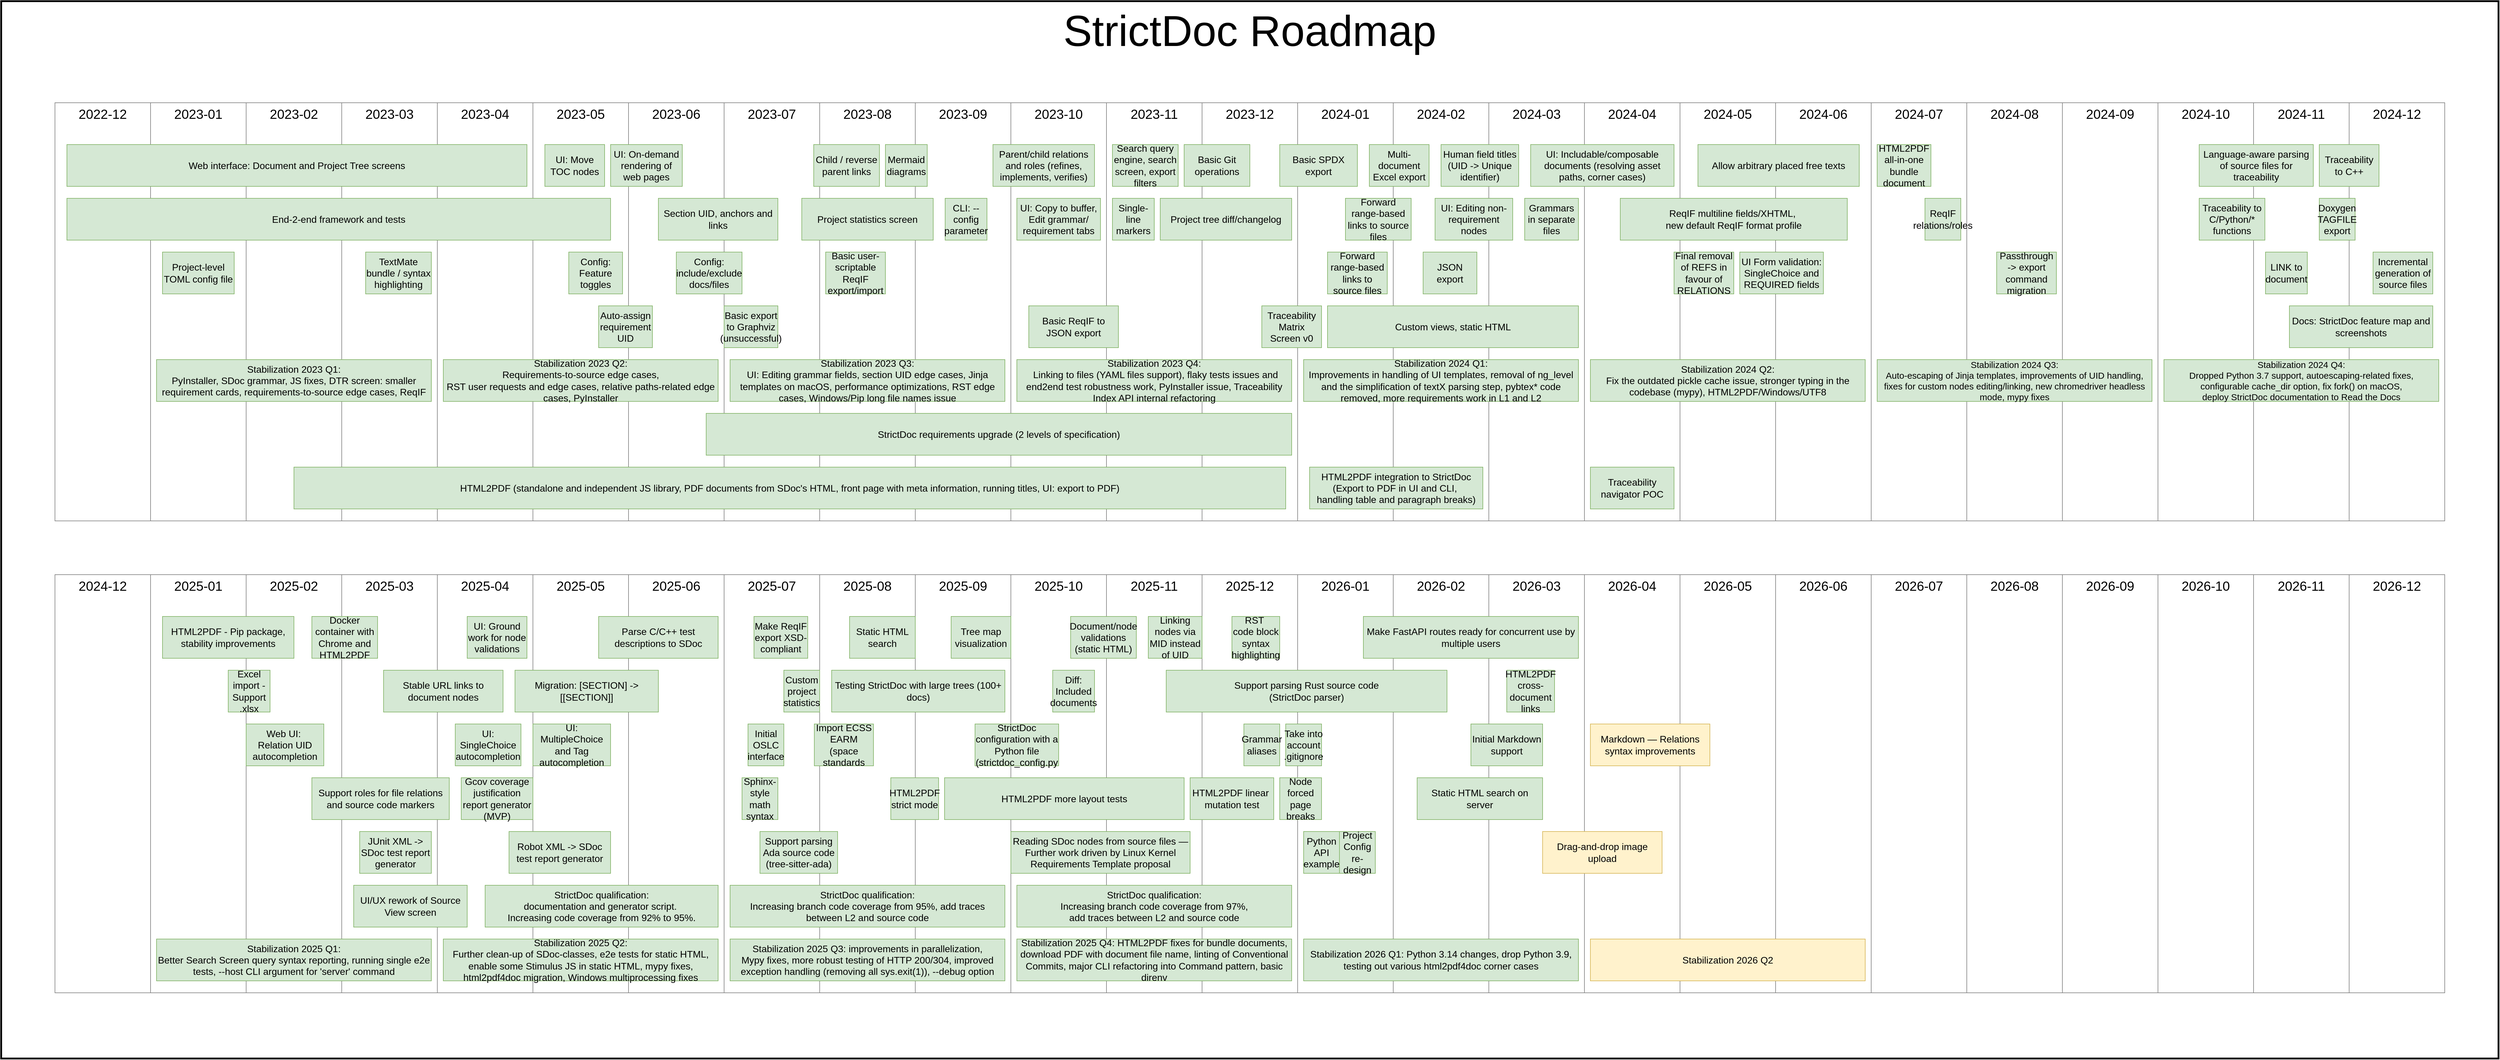
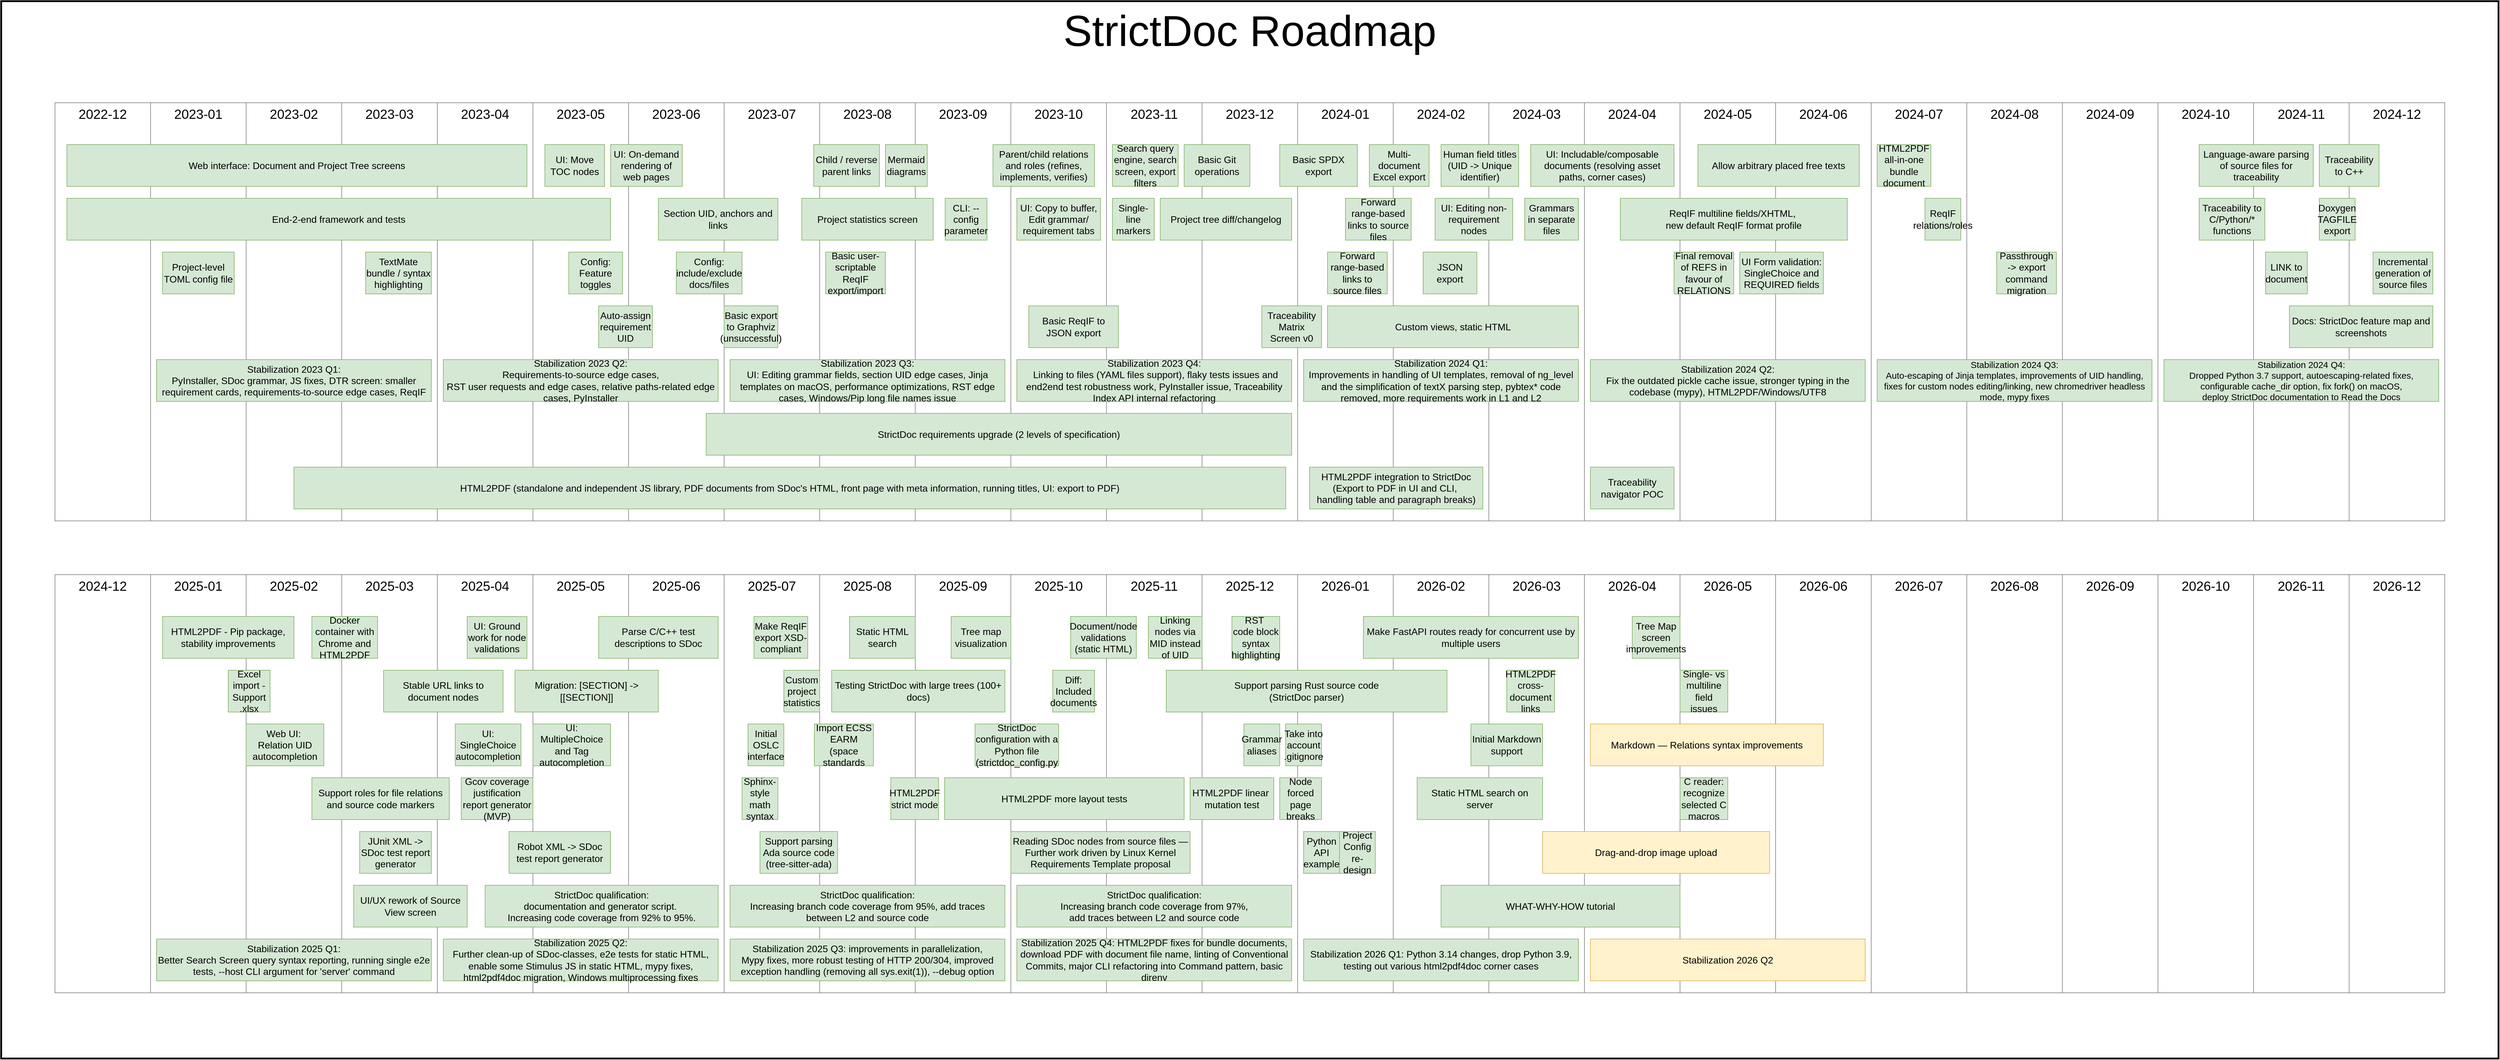
- <mxfile host="Electron" agent="Mozilla/5.0 (Macintosh; Intel Mac OS X 10_15_7) AppleWebKit/537.36 (KHTML, like Gecko) draw.io/28.1.2 Chrome/138.0.7204.243 Electron/37.4.0 Safari/537.36" version="28.1.2">
+ <mxfile host="Electron" agent="Mozilla/5.0 (X11; Linux x86_64) AppleWebKit/537.36 (KHTML, like Gecko) draw.io/28.2.5 Chrome/138.0.7204.251 Electron/37.6.1 Safari/537.36" version="28.2.5">
  <diagram name="Roadmap" id="QL4QDE5GQBR7DcBM7GMb">
-     <mxGraphModel dx="3125" dy="3879" grid="1" gridSize="10" guides="1" tooltips="1" connect="1" arrows="1" fold="1" page="1" pageScale="1" pageWidth="2339" pageHeight="3300" math="0" shadow="0">
+     <mxGraphModel dx="3939" dy="4292" grid="1" gridSize="10" guides="1" tooltips="1" connect="1" arrows="1" fold="1" page="1" pageScale="1" pageWidth="2339" pageHeight="3300" math="0" shadow="0">
      <root>
        <mxCell id="0" />
        <object label="Background" id="e4xbaoC47YMUbLc9hft--7">
          <mxCell style="" parent="0" />
        </object>
        <mxCell id="e4xbaoC47YMUbLc9hft--8" value="StrictDoc Roadmap" style="rounded=0;whiteSpace=wrap;html=1;verticalAlign=top;fontSize=72;strokeWidth=3;" parent="e4xbaoC47YMUbLc9hft--7" vertex="1">
          <mxGeometry x="-1450" y="-130" width="4180" height="1770" as="geometry" />
        </mxCell>
        <object label="Months" id="1">
          <mxCell style="locked=1;" parent="0" />
        </object>
        <mxCell id="5Hoejhb2v4ojji3GJ6aL-1" value="2023-09" style="rounded=0;whiteSpace=wrap;fontSize=22;verticalAlign=top;strokeColor=#808080;html=1;labelBorderColor=none;labelBackgroundColor=none;" parent="1" vertex="1">
          <mxGeometry x="80" y="40" width="160" height="700" as="geometry" />
        </mxCell>
        <mxCell id="5Hoejhb2v4ojji3GJ6aL-2" value="2023-10" style="rounded=0;whiteSpace=wrap;fontSize=22;verticalAlign=top;strokeColor=#808080;html=1;labelBorderColor=none;labelBackgroundColor=none;" parent="1" vertex="1">
          <mxGeometry x="240" y="40" width="160" height="700" as="geometry" />
        </mxCell>
        <mxCell id="5Hoejhb2v4ojji3GJ6aL-3" value="2023-11" style="rounded=0;whiteSpace=wrap;fontSize=22;verticalAlign=top;strokeColor=#808080;html=1;labelBorderColor=none;labelBackgroundColor=none;" parent="1" vertex="1">
          <mxGeometry x="400" y="40" width="160" height="700" as="geometry" />
        </mxCell>
        <mxCell id="5Hoejhb2v4ojji3GJ6aL-4" value="2023-12" style="rounded=0;whiteSpace=wrap;fontSize=22;verticalAlign=top;strokeColor=#808080;html=1;labelBorderColor=none;labelBackgroundColor=none;" parent="1" vertex="1">
          <mxGeometry x="560" y="40" width="160" height="700" as="geometry" />
        </mxCell>
        <mxCell id="5Hoejhb2v4ojji3GJ6aL-6" value="2023-08" style="rounded=0;whiteSpace=wrap;fontSize=22;verticalAlign=top;strokeColor=#808080;html=1;labelBorderColor=none;labelBackgroundColor=none;" parent="1" vertex="1">
          <mxGeometry x="-80" y="40" width="160" height="700" as="geometry" />
        </mxCell>
        <mxCell id="5Hoejhb2v4ojji3GJ6aL-7" value="2023-07" style="rounded=0;whiteSpace=wrap;fontSize=22;verticalAlign=top;strokeColor=#808080;html=1;labelBorderColor=none;labelBackgroundColor=none;" parent="1" vertex="1">
          <mxGeometry x="-240" y="40" width="160" height="700" as="geometry" />
        </mxCell>
        <mxCell id="5Hoejhb2v4ojji3GJ6aL-8" value="2023-06" style="rounded=0;whiteSpace=wrap;fontSize=22;verticalAlign=top;strokeColor=#808080;html=1;labelBorderColor=none;labelBackgroundColor=none;" parent="1" vertex="1">
          <mxGeometry x="-400" y="40" width="160" height="700" as="geometry" />
        </mxCell>
        <mxCell id="5Hoejhb2v4ojji3GJ6aL-9" value="2023-05" style="rounded=0;whiteSpace=wrap;fontSize=22;verticalAlign=top;strokeColor=#808080;html=1;labelBorderColor=none;labelBackgroundColor=none;" parent="1" vertex="1">
          <mxGeometry x="-560" y="40" width="160" height="700" as="geometry" />
        </mxCell>
        <mxCell id="5Hoejhb2v4ojji3GJ6aL-10" value="2023-04" style="rounded=0;whiteSpace=wrap;fontSize=22;verticalAlign=top;strokeColor=#808080;html=1;labelBorderColor=none;labelBackgroundColor=none;" parent="1" vertex="1">
          <mxGeometry x="-720" y="40" width="160" height="700" as="geometry" />
        </mxCell>
        <mxCell id="5Hoejhb2v4ojji3GJ6aL-11" value="2023-03" style="rounded=0;whiteSpace=wrap;fontSize=22;verticalAlign=top;strokeColor=#808080;html=1;labelBorderColor=none;labelBackgroundColor=none;" parent="1" vertex="1">
          <mxGeometry x="-880" y="40" width="160" height="700" as="geometry" />
        </mxCell>
        <mxCell id="5Hoejhb2v4ojji3GJ6aL-12" value="2023-02" style="rounded=0;whiteSpace=wrap;fontSize=22;verticalAlign=top;strokeColor=#808080;html=1;labelBorderColor=none;labelBackgroundColor=none;" parent="1" vertex="1">
          <mxGeometry x="-1040" y="40" width="160" height="700" as="geometry" />
        </mxCell>
        <mxCell id="5Hoejhb2v4ojji3GJ6aL-13" value="2023-01" style="rounded=0;whiteSpace=wrap;fontSize=22;verticalAlign=top;strokeColor=#808080;html=1;labelBorderColor=none;labelBackgroundColor=none;" parent="1" vertex="1">
          <mxGeometry x="-1200" y="40" width="160" height="700" as="geometry" />
        </mxCell>
        <mxCell id="5Hoejhb2v4ojji3GJ6aL-25" value="2024-01" style="rounded=0;whiteSpace=wrap;fontSize=22;verticalAlign=top;strokeColor=#808080;html=1;labelBorderColor=none;labelBackgroundColor=none;" parent="1" vertex="1">
          <mxGeometry x="720" y="40" width="160" height="700" as="geometry" />
        </mxCell>
        <mxCell id="5Hoejhb2v4ojji3GJ6aL-26" value="2024-02" style="rounded=0;whiteSpace=wrap;fontSize=22;verticalAlign=top;strokeColor=#808080;html=1;labelBorderColor=none;labelBackgroundColor=none;" parent="1" vertex="1">
          <mxGeometry x="880" y="40" width="160" height="700" as="geometry" />
        </mxCell>
        <mxCell id="5Hoejhb2v4ojji3GJ6aL-27" value="2024-03" style="rounded=0;whiteSpace=wrap;fontSize=22;verticalAlign=top;strokeColor=#808080;html=1;labelBorderColor=none;labelBackgroundColor=none;" parent="1" vertex="1">
          <mxGeometry x="1040" y="40" width="160" height="700" as="geometry" />
        </mxCell>
        <mxCell id="5Hoejhb2v4ojji3GJ6aL-30" value="2024-04" style="rounded=0;whiteSpace=wrap;fontSize=22;verticalAlign=top;strokeColor=#808080;html=1;labelBorderColor=none;labelBackgroundColor=none;" parent="1" vertex="1">
          <mxGeometry x="1200" y="40" width="160" height="700" as="geometry" />
        </mxCell>
        <mxCell id="5Hoejhb2v4ojji3GJ6aL-31" value="2024-05" style="rounded=0;whiteSpace=wrap;fontSize=22;verticalAlign=top;strokeColor=#808080;html=1;labelBorderColor=none;labelBackgroundColor=none;" parent="1" vertex="1">
          <mxGeometry x="1360" y="40" width="160" height="700" as="geometry" />
        </mxCell>
        <mxCell id="5Hoejhb2v4ojji3GJ6aL-32" value="2024-06" style="rounded=0;whiteSpace=wrap;fontSize=22;verticalAlign=top;strokeColor=#808080;html=1;labelBorderColor=none;labelBackgroundColor=none;" parent="1" vertex="1">
          <mxGeometry x="1520" y="40" width="160" height="700" as="geometry" />
        </mxCell>
        <mxCell id="5Hoejhb2v4ojji3GJ6aL-33" value="2024-07" style="rounded=0;whiteSpace=wrap;fontSize=22;verticalAlign=top;strokeColor=#808080;html=1;labelBorderColor=none;labelBackgroundColor=none;" parent="1" vertex="1">
          <mxGeometry x="1680" y="40" width="160" height="700" as="geometry" />
        </mxCell>
        <mxCell id="5Hoejhb2v4ojji3GJ6aL-34" value="2024-08" style="rounded=0;whiteSpace=wrap;fontSize=22;verticalAlign=top;strokeColor=#808080;html=1;labelBorderColor=none;labelBackgroundColor=none;" parent="1" vertex="1">
          <mxGeometry x="1840" y="40" width="160" height="700" as="geometry" />
        </mxCell>
        <mxCell id="5Hoejhb2v4ojji3GJ6aL-35" value="2024-09" style="rounded=0;whiteSpace=wrap;fontSize=22;verticalAlign=top;strokeColor=#808080;html=1;labelBorderColor=none;labelBackgroundColor=none;" parent="1" vertex="1">
          <mxGeometry x="2000" y="40" width="160" height="700" as="geometry" />
        </mxCell>
        <mxCell id="5Hoejhb2v4ojji3GJ6aL-36" value="2024-10" style="rounded=0;whiteSpace=wrap;fontSize=22;verticalAlign=top;strokeColor=#808080;html=1;labelBorderColor=none;labelBackgroundColor=none;" parent="1" vertex="1">
          <mxGeometry x="2160" y="40" width="160" height="700" as="geometry" />
        </mxCell>
        <mxCell id="5Hoejhb2v4ojji3GJ6aL-37" value="2024-11" style="rounded=0;whiteSpace=wrap;fontSize=22;verticalAlign=top;strokeColor=#808080;html=1;labelBorderColor=none;labelBackgroundColor=none;" parent="1" vertex="1">
          <mxGeometry x="2320" y="40" width="160" height="700" as="geometry" />
        </mxCell>
        <mxCell id="5Hoejhb2v4ojji3GJ6aL-38" value="2024-12" style="rounded=0;whiteSpace=wrap;fontSize=22;verticalAlign=top;strokeColor=#808080;html=1;labelBorderColor=none;labelBackgroundColor=none;" parent="1" vertex="1">
          <mxGeometry x="2480" y="40" width="160" height="700" as="geometry" />
        </mxCell>
        <mxCell id="5Hoejhb2v4ojji3GJ6aL-47" value="2022-12" style="rounded=0;whiteSpace=wrap;fontSize=22;verticalAlign=top;strokeColor=#808080;html=1;labelBorderColor=none;labelBackgroundColor=none;" parent="1" vertex="1">
          <mxGeometry x="-1360" y="40" width="160" height="700" as="geometry" />
        </mxCell>
        <mxCell id="vFR2ddkQemEW3wiGzv8y-28" value="2025-09" style="rounded=0;whiteSpace=wrap;fontSize=22;verticalAlign=top;strokeColor=#808080;html=1;labelBorderColor=none;labelBackgroundColor=none;" parent="1" vertex="1">
          <mxGeometry x="80" y="830" width="160" height="700" as="geometry" />
        </mxCell>
        <mxCell id="vFR2ddkQemEW3wiGzv8y-29" value="2025-10" style="rounded=0;whiteSpace=wrap;fontSize=22;verticalAlign=top;strokeColor=#808080;html=1;labelBorderColor=none;labelBackgroundColor=none;" parent="1" vertex="1">
          <mxGeometry x="240" y="830" width="160" height="700" as="geometry" />
        </mxCell>
        <mxCell id="vFR2ddkQemEW3wiGzv8y-30" value="2025-11" style="rounded=0;whiteSpace=wrap;fontSize=22;verticalAlign=top;strokeColor=#808080;html=1;labelBorderColor=none;labelBackgroundColor=none;" parent="1" vertex="1">
          <mxGeometry x="400" y="830" width="160" height="700" as="geometry" />
        </mxCell>
        <mxCell id="vFR2ddkQemEW3wiGzv8y-31" value="2025-12" style="rounded=0;whiteSpace=wrap;fontSize=22;verticalAlign=top;strokeColor=#808080;html=1;labelBorderColor=none;labelBackgroundColor=none;" parent="1" vertex="1">
          <mxGeometry x="560" y="830" width="160" height="700" as="geometry" />
        </mxCell>
        <mxCell id="vFR2ddkQemEW3wiGzv8y-32" value="2025-08" style="rounded=0;whiteSpace=wrap;fontSize=22;verticalAlign=top;strokeColor=#808080;html=1;labelBorderColor=none;labelBackgroundColor=none;" parent="1" vertex="1">
          <mxGeometry x="-80" y="830" width="160" height="700" as="geometry" />
        </mxCell>
        <mxCell id="vFR2ddkQemEW3wiGzv8y-33" value="2025-07" style="rounded=0;whiteSpace=wrap;fontSize=22;verticalAlign=top;strokeColor=#808080;html=1;labelBorderColor=none;labelBackgroundColor=none;" parent="1" vertex="1">
          <mxGeometry x="-240" y="830" width="160" height="700" as="geometry" />
        </mxCell>
        <mxCell id="vFR2ddkQemEW3wiGzv8y-34" value="2025-06" style="rounded=0;whiteSpace=wrap;fontSize=22;verticalAlign=top;strokeColor=#808080;html=1;labelBorderColor=none;labelBackgroundColor=none;" parent="1" vertex="1">
          <mxGeometry x="-400" y="830" width="160" height="700" as="geometry" />
        </mxCell>
        <mxCell id="vFR2ddkQemEW3wiGzv8y-35" value="2025-05" style="rounded=0;whiteSpace=wrap;fontSize=22;verticalAlign=top;strokeColor=#808080;html=1;labelBorderColor=none;labelBackgroundColor=none;" parent="1" vertex="1">
          <mxGeometry x="-560" y="830" width="160" height="700" as="geometry" />
        </mxCell>
        <mxCell id="vFR2ddkQemEW3wiGzv8y-36" value="2025-04" style="rounded=0;whiteSpace=wrap;fontSize=22;verticalAlign=top;strokeColor=#808080;html=1;labelBorderColor=none;labelBackgroundColor=none;" parent="1" vertex="1">
          <mxGeometry x="-720" y="830" width="160" height="700" as="geometry" />
        </mxCell>
        <mxCell id="vFR2ddkQemEW3wiGzv8y-37" value="2025-03" style="rounded=0;whiteSpace=wrap;fontSize=22;verticalAlign=top;strokeColor=#808080;html=1;labelBorderColor=none;labelBackgroundColor=none;" parent="1" vertex="1">
          <mxGeometry x="-880" y="830" width="160" height="700" as="geometry" />
        </mxCell>
        <mxCell id="vFR2ddkQemEW3wiGzv8y-38" value="2025-02" style="rounded=0;whiteSpace=wrap;fontSize=22;verticalAlign=top;strokeColor=#808080;html=1;labelBorderColor=none;labelBackgroundColor=none;" parent="1" vertex="1">
          <mxGeometry x="-1040" y="830" width="160" height="700" as="geometry" />
        </mxCell>
        <mxCell id="vFR2ddkQemEW3wiGzv8y-39" value="2025-01" style="rounded=0;whiteSpace=wrap;fontSize=22;verticalAlign=top;strokeColor=#808080;html=1;labelBorderColor=none;labelBackgroundColor=none;" parent="1" vertex="1">
          <mxGeometry x="-1200" y="830" width="160" height="700" as="geometry" />
        </mxCell>
        <mxCell id="vFR2ddkQemEW3wiGzv8y-40" value="2026-01" style="rounded=0;whiteSpace=wrap;fontSize=22;verticalAlign=top;strokeColor=#808080;html=1;labelBorderColor=none;labelBackgroundColor=none;" parent="1" vertex="1">
          <mxGeometry x="720" y="830" width="160" height="700" as="geometry" />
        </mxCell>
        <mxCell id="vFR2ddkQemEW3wiGzv8y-41" value="2026-02" style="rounded=0;whiteSpace=wrap;fontSize=22;verticalAlign=top;strokeColor=#808080;html=1;labelBorderColor=none;labelBackgroundColor=none;" parent="1" vertex="1">
          <mxGeometry x="880" y="830" width="160" height="700" as="geometry" />
        </mxCell>
        <mxCell id="vFR2ddkQemEW3wiGzv8y-42" value="2026-03" style="rounded=0;whiteSpace=wrap;fontSize=22;verticalAlign=top;strokeColor=#808080;html=1;labelBorderColor=none;labelBackgroundColor=none;" parent="1" vertex="1">
          <mxGeometry x="1040" y="830" width="160" height="700" as="geometry" />
        </mxCell>
        <mxCell id="vFR2ddkQemEW3wiGzv8y-43" value="2026-04" style="rounded=0;whiteSpace=wrap;fontSize=22;verticalAlign=top;strokeColor=#808080;html=1;labelBorderColor=none;labelBackgroundColor=none;" parent="1" vertex="1">
          <mxGeometry x="1200" y="830" width="160" height="700" as="geometry" />
        </mxCell>
        <mxCell id="vFR2ddkQemEW3wiGzv8y-44" value="2026-05" style="rounded=0;whiteSpace=wrap;fontSize=22;verticalAlign=top;strokeColor=#808080;html=1;labelBorderColor=none;labelBackgroundColor=none;" parent="1" vertex="1">
          <mxGeometry x="1360" y="830" width="160" height="700" as="geometry" />
        </mxCell>
        <mxCell id="vFR2ddkQemEW3wiGzv8y-45" value="2026-06" style="rounded=0;whiteSpace=wrap;fontSize=22;verticalAlign=top;strokeColor=#808080;html=1;labelBorderColor=none;labelBackgroundColor=none;" parent="1" vertex="1">
          <mxGeometry x="1520" y="830" width="160" height="700" as="geometry" />
        </mxCell>
        <mxCell id="vFR2ddkQemEW3wiGzv8y-46" value="2026-07" style="rounded=0;whiteSpace=wrap;fontSize=22;verticalAlign=top;strokeColor=#808080;html=1;labelBorderColor=none;labelBackgroundColor=none;" parent="1" vertex="1">
          <mxGeometry x="1680" y="830" width="160" height="700" as="geometry" />
        </mxCell>
        <mxCell id="vFR2ddkQemEW3wiGzv8y-47" value="2026-08" style="rounded=0;whiteSpace=wrap;fontSize=22;verticalAlign=top;strokeColor=#808080;html=1;labelBorderColor=none;labelBackgroundColor=none;" parent="1" vertex="1">
          <mxGeometry x="1840" y="830" width="160" height="700" as="geometry" />
        </mxCell>
        <mxCell id="vFR2ddkQemEW3wiGzv8y-48" value="2026-09" style="rounded=0;whiteSpace=wrap;fontSize=22;verticalAlign=top;strokeColor=#808080;html=1;labelBorderColor=none;labelBackgroundColor=none;" parent="1" vertex="1">
          <mxGeometry x="2000" y="830" width="160" height="700" as="geometry" />
        </mxCell>
        <mxCell id="vFR2ddkQemEW3wiGzv8y-49" value="2026-10" style="rounded=0;whiteSpace=wrap;fontSize=22;verticalAlign=top;strokeColor=#808080;html=1;labelBorderColor=none;labelBackgroundColor=none;" parent="1" vertex="1">
          <mxGeometry x="2160" y="830" width="160" height="700" as="geometry" />
        </mxCell>
        <mxCell id="vFR2ddkQemEW3wiGzv8y-50" value="2026-11" style="rounded=0;whiteSpace=wrap;fontSize=22;verticalAlign=top;strokeColor=#808080;html=1;labelBorderColor=none;labelBackgroundColor=none;" parent="1" vertex="1">
          <mxGeometry x="2320" y="830" width="160" height="700" as="geometry" />
        </mxCell>
        <mxCell id="vFR2ddkQemEW3wiGzv8y-51" value="2026-12" style="rounded=0;whiteSpace=wrap;fontSize=22;verticalAlign=top;strokeColor=#808080;html=1;labelBorderColor=none;labelBackgroundColor=none;" parent="1" vertex="1">
          <mxGeometry x="2480" y="830" width="160" height="700" as="geometry" />
        </mxCell>
        <mxCell id="vFR2ddkQemEW3wiGzv8y-52" value="2024-12" style="rounded=0;whiteSpace=wrap;fontSize=22;verticalAlign=top;strokeColor=#808080;html=1;labelBorderColor=none;labelBackgroundColor=none;" parent="1" vertex="1">
          <mxGeometry x="-1360" y="830" width="160" height="700" as="geometry" />
        </mxCell>
        <object label="Clusters" id="5Hoejhb2v4ojji3GJ6aL-50">
          <mxCell style="locked=1;" parent="0" />
        </object>
        <object label="Figures" id="5Hoejhb2v4ojji3GJ6aL-5">
          <mxCell style="" parent="0" />
        </object>
        <mxCell id="5Hoejhb2v4ojji3GJ6aL-21" value="Child / reverse parent links" style="text;html=1;strokeColor=#82b366;fillColor=#d5e8d4;align=center;verticalAlign=middle;whiteSpace=wrap;rounded=0;fontStyle=0;fontSize=16;" parent="5Hoejhb2v4ojji3GJ6aL-5" vertex="1">
          <mxGeometry x="-90" y="110" width="110" height="70" as="geometry" />
        </mxCell>
        <mxCell id="5Hoejhb2v4ojji3GJ6aL-39" value="Section UID, anchors and links" style="text;html=1;strokeColor=#82b366;fillColor=#d5e8d4;align=center;verticalAlign=middle;whiteSpace=wrap;rounded=0;fontStyle=0;fontSize=16;" parent="5Hoejhb2v4ojji3GJ6aL-5" vertex="1">
          <mxGeometry x="-350" y="200" width="200" height="70" as="geometry" />
        </mxCell>
        <mxCell id="5Hoejhb2v4ojji3GJ6aL-40" value="Auto-assign requirement UID" style="text;html=1;strokeColor=#82b366;fillColor=#d5e8d4;align=center;verticalAlign=middle;whiteSpace=wrap;rounded=0;fontStyle=0;fontSize=16;" parent="5Hoejhb2v4ojji3GJ6aL-5" vertex="1">
          <mxGeometry x="-450" y="380" width="90" height="70" as="geometry" />
        </mxCell>
        <mxCell id="5Hoejhb2v4ojji3GJ6aL-42" value="TextMate bundle / syntax highlighting" style="text;html=1;strokeColor=#82b366;fillColor=#d5e8d4;align=center;verticalAlign=middle;whiteSpace=wrap;rounded=0;fontStyle=0;fontSize=16;" parent="5Hoejhb2v4ojji3GJ6aL-5" vertex="1">
          <mxGeometry x="-840" y="290" width="110" height="70" as="geometry" />
        </mxCell>
        <mxCell id="5Hoejhb2v4ojji3GJ6aL-14" value="Project statistics screen" style="text;html=1;strokeColor=#82b366;fillColor=#d5e8d4;align=center;verticalAlign=middle;whiteSpace=wrap;rounded=0;fontStyle=0;fontSize=16;" parent="5Hoejhb2v4ojji3GJ6aL-5" vertex="1">
          <mxGeometry x="-110" y="200" width="220" height="70" as="geometry" />
        </mxCell>
        <mxCell id="5Hoejhb2v4ojji3GJ6aL-15" value="HTML2PDF (standalone and independent JS library, PDF documents from SDoc&#39;s HTML, front page with meta information, running titles, UI: export to PDF)" style="text;html=1;strokeColor=#82b366;fillColor=#d5e8d4;align=center;verticalAlign=middle;whiteSpace=wrap;rounded=0;fontStyle=0;fontSize=16;" parent="5Hoejhb2v4ojji3GJ6aL-5" vertex="1">
          <mxGeometry x="-960" y="650" width="1660" height="70" as="geometry" />
        </mxCell>
        <mxCell id="5Hoejhb2v4ojji3GJ6aL-17" value="&lt;font color=&quot;#000000&quot;&gt;Traceability&lt;/font&gt;&lt;font color=&quot;#000000&quot;&gt; Matrix Screen v0&lt;br&gt;&lt;/font&gt;" style="text;html=1;strokeColor=#82b366;fillColor=#d5e8d4;align=center;verticalAlign=middle;whiteSpace=wrap;rounded=0;fontStyle=0;fontSize=16;" parent="5Hoejhb2v4ojji3GJ6aL-5" vertex="1">
          <mxGeometry x="660" y="380" width="100" height="70" as="geometry" />
        </mxCell>
        <mxCell id="5Hoejhb2v4ojji3GJ6aL-19" value="Basic user-scriptable ReqIF export/import" style="text;html=1;strokeColor=#82b366;fillColor=#d5e8d4;align=center;verticalAlign=middle;whiteSpace=wrap;rounded=0;fontStyle=0;fontSize=16;" parent="5Hoejhb2v4ojji3GJ6aL-5" vertex="1">
          <mxGeometry x="-70" y="290" width="100" height="70" as="geometry" />
        </mxCell>
        <mxCell id="5Hoejhb2v4ojji3GJ6aL-23" value="CLI: --config parameter" style="text;html=1;strokeColor=#82b366;fillColor=#d5e8d4;align=center;verticalAlign=middle;whiteSpace=wrap;rounded=0;fontStyle=0;fontSize=16;" parent="5Hoejhb2v4ojji3GJ6aL-5" vertex="1">
          <mxGeometry x="130" y="200" width="70" height="70" as="geometry" />
        </mxCell>
        <mxCell id="5Hoejhb2v4ojji3GJ6aL-43" value="StrictDoc requirements upgrade (2 levels of specification)" style="text;html=1;strokeColor=#82b366;fillColor=#d5e8d4;align=center;verticalAlign=middle;whiteSpace=wrap;rounded=0;fontStyle=0;fontSize=16;" parent="5Hoejhb2v4ojji3GJ6aL-5" vertex="1">
          <mxGeometry x="-270" y="560" width="980" height="70" as="geometry" />
        </mxCell>
        <mxCell id="5Hoejhb2v4ojji3GJ6aL-45" value="&lt;font color=&quot;#000000&quot;&gt;Basic SPDX export&lt;br&gt;&lt;/font&gt;" style="text;html=1;strokeColor=#82b366;fillColor=#d5e8d4;align=center;verticalAlign=middle;whiteSpace=wrap;rounded=0;fontStyle=0;fontSize=16;" parent="5Hoejhb2v4ojji3GJ6aL-5" vertex="1">
          <mxGeometry x="690" y="110" width="130" height="70" as="geometry" />
        </mxCell>
        <mxCell id="5Hoejhb2v4ojji3GJ6aL-48" value="Web interface: Document and Project Tree screens" style="text;html=1;strokeColor=#82b366;fillColor=#d5e8d4;align=center;verticalAlign=middle;whiteSpace=wrap;rounded=0;fontStyle=0;fontSize=16;" parent="5Hoejhb2v4ojji3GJ6aL-5" vertex="1">
          <mxGeometry x="-1340" y="110" width="770" height="70" as="geometry" />
        </mxCell>
        <mxCell id="5Hoejhb2v4ojji3GJ6aL-51" value="End-2-end framework and tests" style="text;html=1;strokeColor=#82b366;fillColor=#d5e8d4;align=center;verticalAlign=middle;whiteSpace=wrap;rounded=0;fontStyle=0;fontSize=16;" parent="5Hoejhb2v4ojji3GJ6aL-5" vertex="1">
          <mxGeometry x="-1340" y="200" width="910" height="70" as="geometry" />
        </mxCell>
        <mxCell id="5Hoejhb2v4ojji3GJ6aL-52" value="&lt;div&gt;UI: On-demand rendering of web pages&lt;/div&gt;" style="text;html=1;strokeColor=#82b366;fillColor=#d5e8d4;align=center;verticalAlign=middle;whiteSpace=wrap;rounded=0;fontStyle=0;fontSize=16;" parent="5Hoejhb2v4ojji3GJ6aL-5" vertex="1">
          <mxGeometry x="-430" y="110" width="120" height="70" as="geometry" />
        </mxCell>
        <mxCell id="5Hoejhb2v4ojji3GJ6aL-53" value="UI: Move TOC nodes" style="text;html=1;strokeColor=#82b366;fillColor=#d5e8d4;align=center;verticalAlign=middle;whiteSpace=wrap;rounded=0;fontStyle=0;fontSize=16;" parent="5Hoejhb2v4ojji3GJ6aL-5" vertex="1">
          <mxGeometry x="-540" y="110" width="100" height="70" as="geometry" />
        </mxCell>
        <mxCell id="5Hoejhb2v4ojji3GJ6aL-54" value="Project-level TOML config file" style="text;html=1;strokeColor=#82b366;fillColor=#d5e8d4;align=center;verticalAlign=middle;whiteSpace=wrap;rounded=0;fontStyle=0;fontSize=16;" parent="5Hoejhb2v4ojji3GJ6aL-5" vertex="1">
          <mxGeometry x="-1180" y="290" width="120" height="70" as="geometry" />
        </mxCell>
        <mxCell id="e4xbaoC47YMUbLc9hft--1" value="Config: Feature toggles" style="text;html=1;strokeColor=#82b366;fillColor=#d5e8d4;align=center;verticalAlign=middle;whiteSpace=wrap;rounded=0;fontStyle=0;fontSize=16;" parent="5Hoejhb2v4ojji3GJ6aL-5" vertex="1">
          <mxGeometry x="-500" y="290" width="90" height="70" as="geometry" />
        </mxCell>
        <mxCell id="e4xbaoC47YMUbLc9hft--2" value="&lt;div&gt;Stabilization 2023 Q1:&lt;br&gt;&lt;/div&gt;&lt;div&gt;PyInstaller, SDoc grammar, JS fixes, DTR screen: smaller requirement cards, requirements-to-source edge cases, ReqIF&lt;/div&gt;" style="text;html=1;strokeColor=#82b366;fillColor=#d5e8d4;align=center;verticalAlign=middle;whiteSpace=wrap;rounded=0;fontStyle=0;fontSize=16;" parent="5Hoejhb2v4ojji3GJ6aL-5" vertex="1">
          <mxGeometry x="-1190" y="470" width="460" height="70" as="geometry" />
        </mxCell>
        <mxCell id="e4xbaoC47YMUbLc9hft--3" value="&lt;div&gt;Stabilization 2023 Q2:&lt;br&gt;&lt;/div&gt;&lt;div&gt;Requirements-to-source edge cases, &lt;br&gt;&lt;/div&gt;RST user requests and edge cases, relative paths-related edge cases, PyInstaller" style="text;html=1;strokeColor=#82b366;fillColor=#d5e8d4;align=center;verticalAlign=middle;whiteSpace=wrap;rounded=0;fontStyle=0;fontSize=16;" parent="5Hoejhb2v4ojji3GJ6aL-5" vertex="1">
          <mxGeometry x="-710" y="470" width="460" height="70" as="geometry" />
        </mxCell>
        <mxCell id="e4xbaoC47YMUbLc9hft--4" value="Config: include/exclude docs/files" style="text;html=1;strokeColor=#82b366;fillColor=#d5e8d4;align=center;verticalAlign=middle;whiteSpace=wrap;rounded=0;fontStyle=0;fontSize=16;" parent="5Hoejhb2v4ojji3GJ6aL-5" vertex="1">
          <mxGeometry x="-320" y="290" width="110" height="70" as="geometry" />
        </mxCell>
        <mxCell id="e4xbaoC47YMUbLc9hft--5" value="&lt;div&gt;Stabilization 2023 Q3:&lt;br&gt;&lt;/div&gt;UI: Editing grammar fields, section UID edge cases, Jinja templates on macOS, performance optimizations, RST edge cases, Windows/Pip long file names issue" style="text;html=1;strokeColor=#82b366;fillColor=#d5e8d4;align=center;verticalAlign=middle;whiteSpace=wrap;rounded=0;fontStyle=0;fontSize=16;" parent="5Hoejhb2v4ojji3GJ6aL-5" vertex="1">
          <mxGeometry x="-230" y="470" width="460" height="70" as="geometry" />
        </mxCell>
        <mxCell id="e4xbaoC47YMUbLc9hft--9" value="&lt;div&gt;Mermaid&lt;/div&gt;&lt;div&gt;diagrams&lt;/div&gt;" style="text;html=1;strokeColor=#82b366;fillColor=#d5e8d4;align=center;verticalAlign=middle;whiteSpace=wrap;rounded=0;fontStyle=0;fontSize=16;" parent="5Hoejhb2v4ojji3GJ6aL-5" vertex="1">
          <mxGeometry x="30" y="110" width="70" height="70" as="geometry" />
        </mxCell>
        <mxCell id="e4xbaoC47YMUbLc9hft--18" value="&lt;div&gt;Stabilization 2023 Q4:&lt;/div&gt;&lt;div&gt;&amp;nbsp;Linking to files (YAML files support), flaky tests issues and end2end test robustness work, PyInstaller issue, Traceability Index API internal refactoring&lt;br&gt;&lt;/div&gt;" style="text;html=1;strokeColor=#82b366;fillColor=#d5e8d4;align=center;verticalAlign=middle;whiteSpace=wrap;rounded=0;fontStyle=0;fontSize=16;" parent="5Hoejhb2v4ojji3GJ6aL-5" vertex="1">
          <mxGeometry x="250" y="470" width="460" height="70" as="geometry" />
        </mxCell>
        <mxCell id="ZHUxJVqyrOpv6eid2pWU-1" value="Parent/child relations and roles (refines, implements, verifies)" style="text;html=1;strokeColor=#82b366;fillColor=#d5e8d4;align=center;verticalAlign=middle;whiteSpace=wrap;rounded=0;fontStyle=0;fontSize=16;" parent="5Hoejhb2v4ojji3GJ6aL-5" vertex="1">
          <mxGeometry x="210" y="110" width="170" height="70" as="geometry" />
        </mxCell>
        <mxCell id="ZHUxJVqyrOpv6eid2pWU-2" value="Basic ReqIF to JSON export" style="text;html=1;strokeColor=#82b366;fillColor=#d5e8d4;align=center;verticalAlign=middle;whiteSpace=wrap;rounded=0;fontStyle=0;fontSize=16;" parent="5Hoejhb2v4ojji3GJ6aL-5" vertex="1">
          <mxGeometry x="270" y="380" width="150" height="70" as="geometry" />
        </mxCell>
        <mxCell id="k8s1h_Z_zSzXEBWhGtG7-1" value="&lt;div&gt;UI: Copy to buffer, Edit grammar/&lt;/div&gt;&lt;div&gt;requirement tabs&lt;br&gt;&lt;/div&gt;" style="text;html=1;strokeColor=#82b366;fillColor=#d5e8d4;align=center;verticalAlign=middle;whiteSpace=wrap;rounded=0;fontStyle=0;fontSize=16;" parent="5Hoejhb2v4ojji3GJ6aL-5" vertex="1">
          <mxGeometry x="250" y="200" width="140" height="70" as="geometry" />
        </mxCell>
        <mxCell id="5td-1cRUoRHkrHs212uj-1" value="Search query engine, search screen, export filters" style="text;html=1;strokeColor=#82b366;fillColor=#d5e8d4;align=center;verticalAlign=middle;whiteSpace=wrap;rounded=0;fontStyle=0;fontSize=16;" parent="5Hoejhb2v4ojji3GJ6aL-5" vertex="1">
          <mxGeometry x="410" y="110" width="110" height="70" as="geometry" />
        </mxCell>
        <mxCell id="5td-1cRUoRHkrHs212uj-2" value="Single-line markers" style="text;html=1;strokeColor=#82b366;fillColor=#d5e8d4;align=center;verticalAlign=middle;whiteSpace=wrap;rounded=0;fontStyle=0;fontSize=16;" parent="5Hoejhb2v4ojji3GJ6aL-5" vertex="1">
          <mxGeometry x="410" y="200" width="70" height="70" as="geometry" />
        </mxCell>
        <mxCell id="bzxhuAx1fFq9lgteCzhm-1" value="&lt;font color=&quot;#000000&quot;&gt;Project tree diff/changelog&lt;/font&gt;" style="text;html=1;strokeColor=#82b366;fillColor=#d5e8d4;align=center;verticalAlign=middle;whiteSpace=wrap;rounded=0;fontStyle=0;fontSize=16;" parent="5Hoejhb2v4ojji3GJ6aL-5" vertex="1">
          <mxGeometry x="490" y="200" width="220" height="70" as="geometry" />
        </mxCell>
        <mxCell id="xoYxP1hTg36p0s3yFHkj-1" value="Docs: StrictDoc feature map and screenshots" style="text;html=1;strokeColor=#82b366;fillColor=#d5e8d4;align=center;verticalAlign=middle;whiteSpace=wrap;rounded=0;fontStyle=0;fontSize=16;" parent="5Hoejhb2v4ojji3GJ6aL-5" vertex="1">
          <mxGeometry x="2380" y="380" width="240" height="70" as="geometry" />
        </mxCell>
        <mxCell id="xoYxP1hTg36p0s3yFHkj-2" value="&lt;font color=&quot;#000000&quot;&gt;Traceability navigator POC&lt;br&gt;&lt;/font&gt;" style="text;html=1;align=center;verticalAlign=middle;whiteSpace=wrap;rounded=0;fontStyle=0;fontSize=16;fillColor=#d5e8d4;strokeColor=#82b366;" parent="5Hoejhb2v4ojji3GJ6aL-5" vertex="1">
          <mxGeometry x="1210" y="650" width="140" height="70" as="geometry" />
        </mxCell>
        <mxCell id="xoYxP1hTg36p0s3yFHkj-6" value="&lt;font color=&quot;#000000&quot;&gt;UI: Editing non-requirement nodes&lt;/font&gt;" style="text;html=1;strokeColor=#82b366;fillColor=#d5e8d4;align=center;verticalAlign=middle;whiteSpace=wrap;rounded=0;fontStyle=0;fontSize=16;" parent="5Hoejhb2v4ojji3GJ6aL-5" vertex="1">
          <mxGeometry x="950" y="200" width="130" height="70" as="geometry" />
        </mxCell>
        <mxCell id="xoYxP1hTg36p0s3yFHkj-7" value="Basic Git operations" style="text;html=1;strokeColor=#82b366;fillColor=#d5e8d4;align=center;verticalAlign=middle;whiteSpace=wrap;rounded=0;fontStyle=0;fontSize=16;" parent="5Hoejhb2v4ojji3GJ6aL-5" vertex="1">
          <mxGeometry x="530" y="110" width="110" height="70" as="geometry" />
        </mxCell>
        <mxCell id="fWdrbh18M2HJ4tMojr6s-1" value="&lt;font color=&quot;#000000&quot;&gt;Allow arbitrary placed free texts&lt;/font&gt;" style="text;html=1;strokeColor=#82b366;fillColor=#d5e8d4;align=center;verticalAlign=middle;whiteSpace=wrap;rounded=0;fontStyle=0;fontSize=16;" parent="5Hoejhb2v4ojji3GJ6aL-5" vertex="1">
          <mxGeometry x="1390" y="110" width="270" height="70" as="geometry" />
        </mxCell>
        <mxCell id="fWdrbh18M2HJ4tMojr6s-2" value="Basic export to Graphviz (unsuccessful)" style="text;html=1;strokeColor=#82b366;fillColor=#d5e8d4;align=center;verticalAlign=middle;whiteSpace=wrap;rounded=0;fontStyle=0;fontSize=16;" parent="5Hoejhb2v4ojji3GJ6aL-5" vertex="1">
          <mxGeometry x="-240" y="380" width="90" height="70" as="geometry" />
        </mxCell>
        <mxCell id="YCubefTHywfSa6VliQcR-1" value="Forward range-based links to source files" style="text;html=1;strokeColor=#82b366;fillColor=#d5e8d4;align=center;verticalAlign=middle;whiteSpace=wrap;rounded=0;fontStyle=0;fontSize=16;" parent="5Hoejhb2v4ojji3GJ6aL-5" vertex="1">
          <mxGeometry x="770" y="290" width="100" height="70" as="geometry" />
        </mxCell>
        <mxCell id="YCubefTHywfSa6VliQcR-2" value="&lt;font color=&quot;#000000&quot;&gt;Custom views&lt;/font&gt;, static HTML" style="text;html=1;strokeColor=#82b366;fillColor=#d5e8d4;align=center;verticalAlign=middle;whiteSpace=wrap;rounded=0;fontStyle=0;fontSize=16;" parent="5Hoejhb2v4ojji3GJ6aL-5" vertex="1">
          <mxGeometry x="770" y="380" width="420" height="70" as="geometry" />
        </mxCell>
        <mxCell id="YCubefTHywfSa6VliQcR-3" value="&lt;div&gt;HTML2PDF integration to StrictDoc (Export to PDF in UI and CLI,&amp;nbsp;&lt;/div&gt;&lt;div&gt;handling table and paragraph breaks)&lt;/div&gt;" style="text;html=1;strokeColor=#82b366;fillColor=#d5e8d4;align=center;verticalAlign=middle;whiteSpace=wrap;rounded=0;fontStyle=0;fontSize=16;" parent="5Hoejhb2v4ojji3GJ6aL-5" vertex="1">
          <mxGeometry x="740" y="650" width="290" height="70" as="geometry" />
        </mxCell>
        <mxCell id="q5IPKXtHMBc3mqMKsgA0-1" value="&lt;font color=&quot;#000000&quot;&gt;Grammars in separate files&lt;br&gt;&lt;/font&gt;" style="text;html=1;strokeColor=#82b366;fillColor=#d5e8d4;align=center;verticalAlign=middle;whiteSpace=wrap;rounded=0;fontStyle=0;fontSize=16;" parent="5Hoejhb2v4ojji3GJ6aL-5" vertex="1">
          <mxGeometry x="1100" y="200" width="90" height="70" as="geometry" />
        </mxCell>
        <mxCell id="q5IPKXtHMBc3mqMKsgA0-2" value="&lt;div&gt;Human field titles&lt;/div&gt;&lt;div&gt;(UID -&amp;gt; Unique identifier)&lt;br&gt;&lt;/div&gt;" style="text;html=1;strokeColor=#82b366;fillColor=#d5e8d4;align=center;verticalAlign=middle;whiteSpace=wrap;rounded=0;fontStyle=0;fontSize=16;" parent="5Hoejhb2v4ojji3GJ6aL-5" vertex="1">
          <mxGeometry x="960" y="110" width="130" height="70" as="geometry" />
        </mxCell>
        <mxCell id="q5IPKXtHMBc3mqMKsgA0-3" value="JSON export" style="text;html=1;strokeColor=#82b366;fillColor=#d5e8d4;align=center;verticalAlign=middle;whiteSpace=wrap;rounded=0;fontStyle=0;fontSize=16;" parent="5Hoejhb2v4ojji3GJ6aL-5" vertex="1">
          <mxGeometry x="930" y="290" width="90" height="70" as="geometry" />
        </mxCell>
        <mxCell id="q5IPKXtHMBc3mqMKsgA0-4" value="Forward range-based links to source files" style="text;html=1;strokeColor=#82b366;fillColor=#d5e8d4;align=center;verticalAlign=middle;whiteSpace=wrap;rounded=0;fontStyle=0;fontSize=16;" parent="5Hoejhb2v4ojji3GJ6aL-5" vertex="1">
          <mxGeometry x="800" y="200" width="110" height="70" as="geometry" />
        </mxCell>
        <mxCell id="q5IPKXtHMBc3mqMKsgA0-5" value="&lt;div&gt;Stabilization 2024 Q1:&lt;/div&gt;&lt;div&gt;Improvements in handling of UI templates, removal of ng_level and the simplification of textX parsing step, pybtex* code removed, more requirements work in L1 and L2 &lt;/div&gt;" style="text;html=1;strokeColor=#82b366;fillColor=#d5e8d4;align=center;verticalAlign=middle;whiteSpace=wrap;rounded=0;fontStyle=0;fontSize=16;" parent="5Hoejhb2v4ojji3GJ6aL-5" vertex="1">
          <mxGeometry x="730" y="470" width="460" height="70" as="geometry" />
        </mxCell>
        <mxCell id="q5IPKXtHMBc3mqMKsgA0-6" value="Multi-document Excel export" style="text;html=1;strokeColor=#82b366;fillColor=#d5e8d4;align=center;verticalAlign=middle;whiteSpace=wrap;rounded=0;fontStyle=0;fontSize=16;" parent="5Hoejhb2v4ojji3GJ6aL-5" vertex="1">
          <mxGeometry x="840" y="110" width="100" height="70" as="geometry" />
        </mxCell>
        <mxCell id="q5IPKXtHMBc3mqMKsgA0-7" value="&lt;font color=&quot;#000000&quot;&gt;UI: Includable/composable documents&lt;/font&gt;&lt;font color=&quot;#000000&quot;&gt; (resolving asset paths, corner cases)&lt;br&gt;&lt;/font&gt;" style="text;html=1;strokeColor=#82b366;fillColor=#d5e8d4;align=center;verticalAlign=middle;whiteSpace=wrap;rounded=0;fontStyle=0;fontSize=16;" parent="5Hoejhb2v4ojji3GJ6aL-5" vertex="1">
          <mxGeometry x="1110" y="110" width="240" height="70" as="geometry" />
        </mxCell>
        <mxCell id="9dWRTfwKY_ZTF-qxbLCA-1" value="&lt;div&gt;Stabilization 2024 Q2:&lt;/div&gt;&lt;div&gt;Fix the outdated pickle cache issue, stronger typing in the codebase (mypy), HTML2PDF/Windows/UTF8&lt;/div&gt;" style="text;html=1;strokeColor=#82b366;fillColor=#d5e8d4;align=center;verticalAlign=middle;whiteSpace=wrap;rounded=0;fontStyle=0;fontSize=16;" parent="5Hoejhb2v4ojji3GJ6aL-5" vertex="1">
          <mxGeometry x="1210" y="470" width="460" height="70" as="geometry" />
        </mxCell>
        <mxCell id="5oKDhfBHpDyuIblvIitN-1" value="&lt;div&gt;ReqIF multiline fields/XHTML,&amp;nbsp;&lt;/div&gt;&lt;div&gt;new default ReqIF format profile&lt;br&gt;&lt;/div&gt;" style="text;html=1;strokeColor=#82b366;fillColor=#d5e8d4;align=center;verticalAlign=middle;whiteSpace=wrap;rounded=0;fontStyle=0;fontSize=16;" parent="5Hoejhb2v4ojji3GJ6aL-5" vertex="1">
          <mxGeometry x="1260" y="200" width="380" height="70" as="geometry" />
        </mxCell>
        <mxCell id="BHpWnK0uKLfCvxolmVS--2" value="Final removal of REFS in favour of RELATIONS" style="text;html=1;strokeColor=#82b366;fillColor=#d5e8d4;align=center;verticalAlign=middle;whiteSpace=wrap;rounded=0;fontStyle=0;fontSize=16;" parent="5Hoejhb2v4ojji3GJ6aL-5" vertex="1">
          <mxGeometry x="1350" y="290" width="100" height="70" as="geometry" />
        </mxCell>
        <mxCell id="BHpWnK0uKLfCvxolmVS--3" value="UI Form validation: SingleChoice and REQUIRED fields" style="text;html=1;strokeColor=#82b366;fillColor=#d5e8d4;align=center;verticalAlign=middle;whiteSpace=wrap;rounded=0;fontStyle=0;fontSize=16;" parent="5Hoejhb2v4ojji3GJ6aL-5" vertex="1">
          <mxGeometry x="1460" y="290" width="140" height="70" as="geometry" />
        </mxCell>
        <mxCell id="M5iQXvj3tZWS6f2_-kH6-1" value="&lt;font color=&quot;#000000&quot;&gt;HTML2PDF &lt;br&gt;all-in-one bundle &lt;br&gt;document&lt;/font&gt;&lt;br&gt;" style="text;html=1;strokeColor=#82b366;fillColor=#d5e8d4;align=center;verticalAlign=middle;whiteSpace=wrap;rounded=0;fontStyle=0;fontSize=16;" parent="5Hoejhb2v4ojji3GJ6aL-5" vertex="1">
          <mxGeometry x="1690" y="110" width="90" height="70" as="geometry" />
        </mxCell>
        <mxCell id="M5iQXvj3tZWS6f2_-kH6-2" value="&lt;div style=&quot;font-size: 15px;&quot;&gt;Stabilization 2024 Q3:&lt;/div&gt;&lt;div style=&quot;font-size: 15px;&quot;&gt;Auto-escaping of Jinja templates, improvements of UID handling, fixes for custom nodes editing/linking, new chromedriver headless mode, mypy fixes&lt;/div&gt;" style="text;html=1;strokeColor=#82b366;fillColor=#d5e8d4;align=center;verticalAlign=middle;whiteSpace=wrap;rounded=0;fontStyle=0;fontSize=15;" parent="5Hoejhb2v4ojji3GJ6aL-5" vertex="1">
          <mxGeometry x="1690" y="470" width="460" height="70" as="geometry" />
        </mxCell>
        <mxCell id="M5iQXvj3tZWS6f2_-kH6-5" value="&lt;div&gt;&lt;font color=&quot;#000000&quot;&gt;ReqIF&lt;/font&gt;&lt;/div&gt;&lt;div&gt;&lt;font color=&quot;#000000&quot;&gt;relations/roles&lt;/font&gt;&lt;br&gt;&lt;/div&gt;" style="text;html=1;strokeColor=#82b366;fillColor=#d5e8d4;align=center;verticalAlign=middle;whiteSpace=wrap;rounded=0;fontStyle=0;fontSize=16;" parent="5Hoejhb2v4ojji3GJ6aL-5" vertex="1">
          <mxGeometry x="1770" y="200" width="60" height="70" as="geometry" />
        </mxCell>
        <mxCell id="M5iQXvj3tZWS6f2_-kH6-6" value="&lt;font color=&quot;#000000&quot;&gt;Passthrough -&amp;gt; export command migration&lt;/font&gt;" style="text;html=1;strokeColor=#82b366;fillColor=#d5e8d4;align=center;verticalAlign=middle;whiteSpace=wrap;rounded=0;fontStyle=0;fontSize=16;" parent="5Hoejhb2v4ojji3GJ6aL-5" vertex="1">
          <mxGeometry x="1890" y="290" width="100" height="70" as="geometry" />
        </mxCell>
        <mxCell id="DVGK4SHqakHRgEz5WcLX-1" value="&lt;div style=&quot;font-size: 15px;&quot;&gt;Stabilization 2024 Q4:&lt;/div&gt;&lt;div style=&quot;font-size: 15px;&quot;&gt;Dropped Python 3.7 support, autoescaping-related fixes, configurable cache_dir option, fix fork() on macOS,&lt;br&gt;&lt;/div&gt;&lt;div style=&quot;font-size: 15px;&quot;&gt;deploy StrictDoc documentation to Read the Docs&lt;br&gt;&lt;/div&gt;" style="text;html=1;strokeColor=#82b366;fillColor=#d5e8d4;align=center;verticalAlign=middle;whiteSpace=wrap;rounded=0;fontStyle=0;fontSize=15;" parent="5Hoejhb2v4ojji3GJ6aL-5" vertex="1">
          <mxGeometry x="2170" y="470" width="460" height="70" as="geometry" />
        </mxCell>
        <mxCell id="DVGK4SHqakHRgEz5WcLX-2" value="Traceability to C/Python/* functions" style="text;html=1;align=center;verticalAlign=middle;whiteSpace=wrap;rounded=0;fontStyle=0;fontSize=16;fillColor=#d5e8d4;strokeColor=#82b366;" parent="5Hoejhb2v4ojji3GJ6aL-5" vertex="1">
          <mxGeometry x="2229" y="200" width="110" height="70" as="geometry" />
        </mxCell>
        <mxCell id="Q921SkYYr6UFh-46NOXI-1" value="Language-aware parsing of source files for traceability" style="text;html=1;align=center;verticalAlign=middle;whiteSpace=wrap;rounded=0;fontStyle=0;fontSize=16;fillColor=#d5e8d4;strokeColor=#82b366;" parent="5Hoejhb2v4ojji3GJ6aL-5" vertex="1">
          <mxGeometry x="2229" y="110" width="191" height="70" as="geometry" />
        </mxCell>
        <mxCell id="eXEqTkGTZLtlY54Fnls3-1" value="LINK to document" style="text;html=1;align=center;verticalAlign=middle;whiteSpace=wrap;rounded=0;fontStyle=0;fontSize=16;fillColor=#d5e8d4;strokeColor=#82b366;" parent="5Hoejhb2v4ojji3GJ6aL-5" vertex="1">
          <mxGeometry x="2340" y="290" width="70" height="70" as="geometry" />
        </mxCell>
        <mxCell id="eXEqTkGTZLtlY54Fnls3-2" value="Traceability to C++" style="text;html=1;align=center;verticalAlign=middle;whiteSpace=wrap;rounded=0;fontStyle=0;fontSize=16;fillColor=#d5e8d4;strokeColor=#82b366;" parent="5Hoejhb2v4ojji3GJ6aL-5" vertex="1">
          <mxGeometry x="2430" y="110" width="100" height="70" as="geometry" />
        </mxCell>
        <mxCell id="8H-WTupFZFOCgWsWCiur-1" value="&lt;div&gt;Doxygen TAGFILE&lt;/div&gt;&lt;div&gt;export&lt;br&gt;&lt;/div&gt;" style="text;html=1;align=center;verticalAlign=middle;whiteSpace=wrap;rounded=0;fontStyle=0;fontSize=16;fillColor=#d5e8d4;strokeColor=#82b366;" parent="5Hoejhb2v4ojji3GJ6aL-5" vertex="1">
          <mxGeometry x="2430" y="200" width="60" height="70" as="geometry" />
        </mxCell>
        <mxCell id="NXW3nEukRnEIemB_1rk6-1" value="Incremental generation of source files" style="text;html=1;align=center;verticalAlign=middle;whiteSpace=wrap;rounded=0;fontStyle=0;fontSize=16;fillColor=#d5e8d4;strokeColor=#82b366;" parent="5Hoejhb2v4ojji3GJ6aL-5" vertex="1">
          <mxGeometry x="2520" y="290" width="100" height="70" as="geometry" />
        </mxCell>
        <mxCell id="vFR2ddkQemEW3wiGzv8y-53" value="HTML2PDF - Pip package, stability improvements" style="text;html=1;strokeColor=#82b366;fillColor=#d5e8d4;align=center;verticalAlign=middle;whiteSpace=wrap;rounded=0;fontStyle=0;fontSize=16;" parent="5Hoejhb2v4ojji3GJ6aL-5" vertex="1">
          <mxGeometry x="-1180" y="900" width="220" height="70" as="geometry" />
        </mxCell>
        <mxCell id="vFR2ddkQemEW3wiGzv8y-54" value="Excel import - Support .xlsx" style="text;html=1;strokeColor=#82b366;fillColor=#d5e8d4;align=center;verticalAlign=middle;whiteSpace=wrap;rounded=0;fontStyle=0;fontSize=16;" parent="5Hoejhb2v4ojji3GJ6aL-5" vertex="1">
          <mxGeometry x="-1070" y="990" width="70" height="70" as="geometry" />
        </mxCell>
        <mxCell id="2FAFVsbkAT3x3odHAFQI-1" value="&lt;div&gt;Web UI:&amp;nbsp;&lt;/div&gt;&lt;div&gt;Relation UID autocompletion&lt;/div&gt;" style="text;html=1;strokeColor=#82b366;fillColor=#d5e8d4;align=center;verticalAlign=middle;whiteSpace=wrap;rounded=0;fontStyle=0;fontSize=16;" parent="5Hoejhb2v4ojji3GJ6aL-5" vertex="1">
          <mxGeometry x="-1040" y="1080" width="130" height="70" as="geometry" />
        </mxCell>
        <mxCell id="2FAFVsbkAT3x3odHAFQI-2" value="&lt;div&gt;Stabilization 2025 Q1:&lt;br&gt;&lt;/div&gt;&lt;div&gt;Better Search Screen query syntax reporting, running single e2e tests, --host CLI argument for &#39;server&#39; command&lt;/div&gt;" style="text;html=1;strokeColor=#82b366;fillColor=#d5e8d4;align=center;verticalAlign=middle;whiteSpace=wrap;rounded=0;fontStyle=0;fontSize=16;" parent="5Hoejhb2v4ojji3GJ6aL-5" vertex="1">
          <mxGeometry x="-1190" y="1440" width="460" height="70" as="geometry" />
        </mxCell>
        <mxCell id="jwnssjy23zgWTyzq0ZdY-1" value="Support roles for file relations and source code markers" style="text;html=1;strokeColor=#82b366;fillColor=#d5e8d4;align=center;verticalAlign=middle;whiteSpace=wrap;rounded=0;fontStyle=0;fontSize=16;" parent="5Hoejhb2v4ojji3GJ6aL-5" vertex="1">
          <mxGeometry x="-930" y="1170" width="230" height="70" as="geometry" />
        </mxCell>
        <mxCell id="jwnssjy23zgWTyzq0ZdY-2" value="Docker container with Chrome and HTML2PDF" style="text;html=1;strokeColor=#82b366;fillColor=#d5e8d4;align=center;verticalAlign=middle;whiteSpace=wrap;rounded=0;fontStyle=0;fontSize=16;" parent="5Hoejhb2v4ojji3GJ6aL-5" vertex="1">
          <mxGeometry x="-930" y="900" width="110" height="70" as="geometry" />
        </mxCell>
        <mxCell id="jwnssjy23zgWTyzq0ZdY-3" value="UI/UX rework of Source View screen" style="text;html=1;strokeColor=#82b366;fillColor=#d5e8d4;align=center;verticalAlign=middle;whiteSpace=wrap;rounded=0;fontStyle=0;fontSize=16;" parent="5Hoejhb2v4ojji3GJ6aL-5" vertex="1">
          <mxGeometry x="-860" y="1350" width="190" height="70" as="geometry" />
        </mxCell>
        <mxCell id="jwnssjy23zgWTyzq0ZdY-4" value="Document/node&lt;div&gt;validations&lt;div&gt;(static HTML)&lt;/div&gt;&lt;/div&gt;" style="text;html=1;align=center;verticalAlign=middle;whiteSpace=wrap;rounded=0;fontStyle=0;fontSize=16;fillColor=#d5e8d4;strokeColor=#82b366;" parent="5Hoejhb2v4ojji3GJ6aL-5" vertex="1">
          <mxGeometry x="340" y="900" width="110" height="70" as="geometry" />
        </mxCell>
        <mxCell id="jwnssjy23zgWTyzq0ZdY-6" value="JUnit XML -&amp;gt; SDoc test report generator" style="text;html=1;strokeColor=#82b366;fillColor=#d5e8d4;align=center;verticalAlign=middle;whiteSpace=wrap;rounded=0;fontStyle=0;fontSize=16;" parent="5Hoejhb2v4ojji3GJ6aL-5" vertex="1">
          <mxGeometry x="-850" y="1260" width="120" height="70" as="geometry" />
        </mxCell>
        <mxCell id="5O99w3PwopgMqQQ5KaQY-1" value="&lt;div&gt;Stabilization 2025 Q2:&lt;br&gt;&lt;/div&gt;&lt;div&gt;Further clean-up of SDoc-classes, e2e tests for static HTML, enable some Stimulus JS in static HTML, mypy fixes, html2pdf4doc migration, Windows multiprocessing fixes&lt;/div&gt;" style="text;html=1;strokeColor=#82b366;fillColor=#d5e8d4;align=center;verticalAlign=middle;whiteSpace=wrap;rounded=0;fontStyle=0;fontSize=16;" parent="5Hoejhb2v4ojji3GJ6aL-5" vertex="1">
          <mxGeometry x="-710" y="1440" width="460" height="70" as="geometry" />
        </mxCell>
        <mxCell id="5O99w3PwopgMqQQ5KaQY-2" value="Gcov coverage justification report generator (MVP)" style="text;html=1;strokeColor=#82b366;fillColor=#d5e8d4;align=center;verticalAlign=middle;whiteSpace=wrap;rounded=0;fontStyle=0;fontSize=16;" parent="5Hoejhb2v4ojji3GJ6aL-5" vertex="1">
          <mxGeometry x="-680" y="1170" width="120" height="70" as="geometry" />
        </mxCell>
        <mxCell id="mmp19IjbKsf9JtkNIgzo-1" value="UI: Ground work for node validations" style="text;html=1;strokeColor=#82b366;fillColor=#d5e8d4;align=center;verticalAlign=middle;whiteSpace=wrap;rounded=0;fontStyle=0;fontSize=16;" parent="5Hoejhb2v4ojji3GJ6aL-5" vertex="1">
          <mxGeometry x="-670" y="900" width="100" height="70" as="geometry" />
        </mxCell>
        <mxCell id="mmp19IjbKsf9JtkNIgzo-2" value="Stable URL links to document nodes" style="text;html=1;strokeColor=#82b366;fillColor=#d5e8d4;align=center;verticalAlign=middle;whiteSpace=wrap;rounded=0;fontStyle=0;fontSize=16;" parent="5Hoejhb2v4ojji3GJ6aL-5" vertex="1">
          <mxGeometry x="-810" y="990" width="200" height="70" as="geometry" />
        </mxCell>
        <mxCell id="mmp19IjbKsf9JtkNIgzo-4" value="&lt;div&gt;StrictDoc qualification:&lt;/div&gt;&lt;div&gt;documentation and generator script.&amp;nbsp;&lt;/div&gt;&lt;div&gt;Increasing code coverage from 92% to 95%.&lt;/div&gt;" style="text;html=1;strokeColor=#82b366;fillColor=#d5e8d4;align=center;verticalAlign=middle;whiteSpace=wrap;rounded=0;fontStyle=0;fontSize=16;" parent="5Hoejhb2v4ojji3GJ6aL-5" vertex="1">
          <mxGeometry x="-640" y="1350" width="390" height="70" as="geometry" />
        </mxCell>
        <mxCell id="9eajPwNtl0Yfan4dj0gk-2" value="&lt;div&gt;Parse C/C++ test descriptions to SDoc&lt;/div&gt;" style="text;html=1;align=center;verticalAlign=middle;whiteSpace=wrap;rounded=0;fontStyle=0;fontSize=16;fillColor=#d5e8d4;strokeColor=#82b366;" parent="5Hoejhb2v4ojji3GJ6aL-5" vertex="1">
          <mxGeometry x="-450" y="900" width="200" height="70" as="geometry" />
        </mxCell>
        <mxCell id="9eajPwNtl0Yfan4dj0gk-3" value="Migration: [SECTION] -&amp;gt; [[SECTION]]" style="text;html=1;align=center;verticalAlign=middle;whiteSpace=wrap;rounded=0;fontStyle=0;fontSize=16;fillColor=#d5e8d4;strokeColor=#82b366;" parent="5Hoejhb2v4ojji3GJ6aL-5" vertex="1">
          <mxGeometry x="-590" y="990" width="240" height="70" as="geometry" />
        </mxCell>
        <mxCell id="9eajPwNtl0Yfan4dj0gk-4" value="Robot XML -&amp;gt; SDoc test report generator" style="text;html=1;align=center;verticalAlign=middle;whiteSpace=wrap;rounded=0;fontStyle=0;fontSize=16;fillColor=#d5e8d4;strokeColor=#82b366;" parent="5Hoejhb2v4ojji3GJ6aL-5" vertex="1">
          <mxGeometry x="-600" y="1260" width="170" height="70" as="geometry" />
        </mxCell>
        <mxCell id="9eajPwNtl0Yfan4dj0gk-6" value="UI: SingleChoice autocompletion" style="text;html=1;align=center;verticalAlign=middle;whiteSpace=wrap;rounded=0;fontStyle=0;fontSize=16;fillColor=#d5e8d4;strokeColor=#82b366;" parent="5Hoejhb2v4ojji3GJ6aL-5" vertex="1">
          <mxGeometry x="-690" y="1080" width="110" height="70" as="geometry" />
        </mxCell>
        <mxCell id="9eajPwNtl0Yfan4dj0gk-7" value="UI: MultipleChoice and Tag autocompletion" style="text;html=1;align=center;verticalAlign=middle;whiteSpace=wrap;rounded=0;fontStyle=0;fontSize=16;fillColor=#d5e8d4;strokeColor=#82b366;" parent="5Hoejhb2v4ojji3GJ6aL-5" vertex="1">
          <mxGeometry x="-560" y="1080" width="130" height="70" as="geometry" />
        </mxCell>
        <mxCell id="XZVLoPHtazhiIntYqJm0-1" value="&lt;div&gt;StrictDoc qualification:&lt;/div&gt;&lt;div&gt;Increasing branch code coverage from 95%, add traces between L2 and source code&lt;/div&gt;" style="text;html=1;strokeColor=#82b366;fillColor=#d5e8d4;align=center;verticalAlign=middle;whiteSpace=wrap;rounded=0;fontStyle=0;fontSize=16;" parent="5Hoejhb2v4ojji3GJ6aL-5" vertex="1">
          <mxGeometry x="-230" y="1350" width="460" height="70" as="geometry" />
        </mxCell>
        <mxCell id="XZVLoPHtazhiIntYqJm0-2" value="&lt;div&gt;Stabilization 2025 Q3: improvements in parallelization,&lt;/div&gt;&lt;div&gt;Mypy fixes, more robust testing of HTTP 200/304, improved exception handling (removing all sys.exit(1)), --debug option&lt;/div&gt;" style="text;html=1;strokeColor=#82b366;fillColor=#d5e8d4;align=center;verticalAlign=middle;whiteSpace=wrap;rounded=0;fontStyle=0;fontSize=16;" parent="5Hoejhb2v4ojji3GJ6aL-5" vertex="1">
          <mxGeometry x="-230" y="1440" width="460" height="70" as="geometry" />
        </mxCell>
        <mxCell id="DQXxV1SDU7K0vNSEASJG-1" value="Make ReqIF export XSD-compliant" style="text;html=1;align=center;verticalAlign=middle;whiteSpace=wrap;rounded=0;fontStyle=0;fontSize=16;fillColor=#d5e8d4;strokeColor=#82b366;" parent="5Hoejhb2v4ojji3GJ6aL-5" vertex="1">
          <mxGeometry x="-190" y="900" width="90" height="70" as="geometry" />
        </mxCell>
        <mxCell id="DQXxV1SDU7K0vNSEASJG-2" value="Initial OSLC interface" style="text;html=1;align=center;verticalAlign=middle;whiteSpace=wrap;rounded=0;fontStyle=0;fontSize=16;fillColor=#d5e8d4;strokeColor=#82b366;" parent="5Hoejhb2v4ojji3GJ6aL-5" vertex="1">
          <mxGeometry x="-200" y="1080" width="60" height="70" as="geometry" />
        </mxCell>
        <mxCell id="DQXxV1SDU7K0vNSEASJG-3" value="Sphinx-style math syntax" style="text;html=1;align=center;verticalAlign=middle;whiteSpace=wrap;rounded=0;fontStyle=0;fontSize=16;fillColor=#d5e8d4;strokeColor=#82b366;" parent="5Hoejhb2v4ojji3GJ6aL-5" vertex="1">
          <mxGeometry x="-210" y="1170" width="60" height="70" as="geometry" />
        </mxCell>
        <mxCell id="wGlYDuHkOPJJRXAxA-xv-1" value="Custom project statistics" style="text;html=1;align=center;verticalAlign=middle;whiteSpace=wrap;rounded=0;fontStyle=0;fontSize=16;fillColor=#d5e8d4;strokeColor=#82b366;" parent="5Hoejhb2v4ojji3GJ6aL-5" vertex="1">
          <mxGeometry x="-140" y="990" width="60" height="70" as="geometry" />
        </mxCell>
        <mxCell id="bVY8XDDc22kfF-ngX7oV-1" value="Static HTML search" style="text;html=1;align=center;verticalAlign=middle;whiteSpace=wrap;rounded=0;fontStyle=0;fontSize=16;fillColor=#d5e8d4;strokeColor=#82b366;" parent="5Hoejhb2v4ojji3GJ6aL-5" vertex="1">
          <mxGeometry x="-30" y="900" width="110" height="70" as="geometry" />
        </mxCell>
        <mxCell id="bVY8XDDc22kfF-ngX7oV-2" value="Testing StrictDoc with large trees (100+ docs)" style="text;html=1;align=center;verticalAlign=middle;whiteSpace=wrap;rounded=0;fontStyle=0;fontSize=16;fillColor=#d5e8d4;strokeColor=#82b366;" parent="5Hoejhb2v4ojji3GJ6aL-5" vertex="1">
          <mxGeometry x="-60" y="990" width="290" height="70" as="geometry" />
        </mxCell>
        <mxCell id="bVY8XDDc22kfF-ngX7oV-3" value="&lt;div&gt;Import ECSS EARM&lt;/div&gt;&lt;div&gt;(space standards&lt;/div&gt;" style="text;html=1;align=center;verticalAlign=middle;whiteSpace=wrap;rounded=0;fontStyle=0;fontSize=16;fillColor=#d5e8d4;strokeColor=#82b366;" parent="5Hoejhb2v4ojji3GJ6aL-5" vertex="1">
          <mxGeometry x="-89" y="1080" width="99" height="70" as="geometry" />
        </mxCell>
        <mxCell id="qf8SZqOVw3G4KriSUUQf-1" value="HTML2PDF strict mode" style="text;html=1;align=center;verticalAlign=middle;whiteSpace=wrap;rounded=0;fontStyle=0;fontSize=16;fillColor=#d5e8d4;strokeColor=#82b366;" parent="5Hoejhb2v4ojji3GJ6aL-5" vertex="1">
          <mxGeometry x="39" y="1170" width="80" height="70" as="geometry" />
        </mxCell>
        <mxCell id="hAngQm-B19KVU63WBlpS-1" value="Tree map visualization" style="text;html=1;align=center;verticalAlign=middle;whiteSpace=wrap;rounded=0;fontStyle=0;fontSize=16;fillColor=#d5e8d4;strokeColor=#82b366;" parent="5Hoejhb2v4ojji3GJ6aL-5" vertex="1">
          <mxGeometry x="140" y="900" width="100" height="70" as="geometry" />
        </mxCell>
        <mxCell id="hAngQm-B19KVU63WBlpS-2" value="&lt;div&gt;Support parsing Ada source code&lt;/div&gt;(tree-sitter-ada)" style="text;html=1;align=center;verticalAlign=middle;whiteSpace=wrap;rounded=0;fontStyle=0;fontSize=16;fillColor=#d5e8d4;strokeColor=#82b366;" parent="5Hoejhb2v4ojji3GJ6aL-5" vertex="1">
          <mxGeometry x="-180" y="1260" width="130" height="70" as="geometry" />
        </mxCell>
        <mxCell id="CJRkyjP5KVGCwtUBZvE2-1" value="HTML2PDF more layout tests" style="text;html=1;align=center;verticalAlign=middle;whiteSpace=wrap;rounded=0;fontStyle=0;fontSize=16;fillColor=#d5e8d4;strokeColor=#82b366;" parent="5Hoejhb2v4ojji3GJ6aL-5" vertex="1">
          <mxGeometry x="129" y="1170" width="401" height="70" as="geometry" />
        </mxCell>
        <mxCell id="CJRkyjP5KVGCwtUBZvE2-2" value="&lt;div&gt;StrictDoc qualification:&lt;/div&gt;&lt;div&gt;Increasing branch code coverage from 97%,&lt;/div&gt;&lt;div&gt;add traces between L2 and source code&lt;/div&gt;" style="text;html=1;strokeColor=#82b366;fillColor=#d5e8d4;align=center;verticalAlign=middle;whiteSpace=wrap;rounded=0;fontStyle=0;fontSize=16;" parent="5Hoejhb2v4ojji3GJ6aL-5" vertex="1">
          <mxGeometry x="250" y="1350" width="460" height="70" as="geometry" />
        </mxCell>
        <mxCell id="CJRkyjP5KVGCwtUBZvE2-3" value="&lt;div&gt;Stabilization 2025 Q4: HTML2PDF fixes for bundle documents, download PDF with document file name, linting of Conventional Commits, major CLI refactoring into Command pattern, basic direnv&lt;/div&gt;" style="text;html=1;strokeColor=#82b366;fillColor=#d5e8d4;align=center;verticalAlign=middle;whiteSpace=wrap;rounded=0;fontStyle=0;fontSize=16;" parent="5Hoejhb2v4ojji3GJ6aL-5" vertex="1">
          <mxGeometry x="250" y="1440" width="460" height="70" as="geometry" />
        </mxCell>
        <mxCell id="eRPcp-Zo6v9222eVP6_e-1" value="&lt;div&gt;StrictDoc configuration with a Python file (strictdoc_config.py&lt;/div&gt;" style="text;html=1;align=center;verticalAlign=middle;whiteSpace=wrap;rounded=0;fontStyle=0;fontSize=16;fillColor=#d5e8d4;strokeColor=#82b366;" parent="5Hoejhb2v4ojji3GJ6aL-5" vertex="1">
          <mxGeometry x="180" y="1080" width="140" height="70" as="geometry" />
        </mxCell>
        <mxCell id="eRPcp-Zo6v9222eVP6_e-2" value="&lt;div&gt;Reading SDoc nodes from source files — Further work driven by Linux Kernel Requirements Template proposal&lt;/div&gt;" style="text;html=1;align=center;verticalAlign=middle;whiteSpace=wrap;rounded=0;fontStyle=0;fontSize=16;fillColor=#d5e8d4;strokeColor=#82b366;" parent="5Hoejhb2v4ojji3GJ6aL-5" vertex="1">
          <mxGeometry x="240" y="1260" width="300" height="70" as="geometry" />
        </mxCell>
        <mxCell id="2Au77a0Va1j8vjX5-GUo-1" value="Diff: Included documents" style="text;html=1;align=center;verticalAlign=middle;whiteSpace=wrap;rounded=0;fontStyle=0;fontSize=16;fillColor=#d5e8d4;strokeColor=#82b366;" parent="5Hoejhb2v4ojji3GJ6aL-5" vertex="1">
          <mxGeometry x="310" y="990" width="70" height="70" as="geometry" />
        </mxCell>
        <mxCell id="OCJ0sT8p7vvNHOtbERSk-1" value="Linking nodes via MID instead of UID" style="text;html=1;align=center;verticalAlign=middle;whiteSpace=wrap;rounded=0;fontStyle=0;fontSize=16;fillColor=#d5e8d4;strokeColor=#82b366;" parent="5Hoejhb2v4ojji3GJ6aL-5" vertex="1">
          <mxGeometry x="470" y="900" width="90" height="70" as="geometry" />
        </mxCell>
        <mxCell id="N9cUJzr8JpDOqpJWMLWi-1" value="&lt;div&gt;&lt;font style=&quot;color: rgb(0, 0, 0);&quot;&gt;Support parsing Rust source code&lt;/font&gt;&lt;/div&gt;&lt;font style=&quot;color: rgb(0, 0, 0);&quot;&gt;(StrictDoc parser)&lt;/font&gt;" style="text;html=1;align=center;verticalAlign=middle;whiteSpace=wrap;rounded=0;fontStyle=0;fontSize=16;fillColor=#d5e8d4;strokeColor=#82b366;" parent="5Hoejhb2v4ojji3GJ6aL-5" vertex="1">
          <mxGeometry x="500" y="990" width="470" height="70" as="geometry" />
        </mxCell>
        <mxCell id="N9cUJzr8JpDOqpJWMLWi-2" value="&lt;div&gt;HTML2PDF linear&amp;nbsp;&lt;/div&gt;&lt;div&gt;mutation test&lt;/div&gt;" style="text;html=1;align=center;verticalAlign=middle;whiteSpace=wrap;rounded=0;fontStyle=0;fontSize=16;fillColor=#d5e8d4;strokeColor=#82b366;" parent="5Hoejhb2v4ojji3GJ6aL-5" vertex="1">
          <mxGeometry x="540" y="1170" width="140" height="70" as="geometry" />
        </mxCell>
        <mxCell id="qJYqoqn38ZtzMwR7RZV4-1" value="RST&amp;nbsp;&lt;div&gt;code block syntax highlighting&lt;/div&gt;" style="text;html=1;align=center;verticalAlign=middle;whiteSpace=wrap;rounded=0;fontStyle=0;fontSize=16;fillColor=#d5e8d4;strokeColor=#82b366;" parent="5Hoejhb2v4ojji3GJ6aL-5" vertex="1">
          <mxGeometry x="610" y="900" width="80" height="70" as="geometry" />
        </mxCell>
        <mxCell id="UIBK7DAsS_p9NtYpbiHR-1" value="&lt;div&gt;Node forced page breaks&lt;/div&gt;" style="text;html=1;align=center;verticalAlign=middle;whiteSpace=wrap;rounded=0;fontStyle=0;fontSize=16;fillColor=#d5e8d4;strokeColor=#82b366;" parent="5Hoejhb2v4ojji3GJ6aL-5" vertex="1">
          <mxGeometry x="690" y="1170" width="70" height="70" as="geometry" />
        </mxCell>
        <mxCell id="UIBK7DAsS_p9NtYpbiHR-2" value="Grammar aliases" style="text;html=1;align=center;verticalAlign=middle;whiteSpace=wrap;rounded=0;fontStyle=0;fontSize=16;fillColor=#d5e8d4;strokeColor=#82b366;" parent="5Hoejhb2v4ojji3GJ6aL-5" vertex="1">
          <mxGeometry x="630" y="1080" width="60" height="70" as="geometry" />
        </mxCell>
        <mxCell id="UIBK7DAsS_p9NtYpbiHR-3" value="Take into account .gitignore" style="text;html=1;align=center;verticalAlign=middle;whiteSpace=wrap;rounded=0;fontStyle=0;fontSize=16;fillColor=#d5e8d4;strokeColor=#82b366;" parent="5Hoejhb2v4ojji3GJ6aL-5" vertex="1">
          <mxGeometry x="700" y="1080" width="60" height="70" as="geometry" />
        </mxCell>
        <mxCell id="UIBK7DAsS_p9NtYpbiHR-4" value="&lt;div&gt;Stabilization 2026 Q1: Python 3.14 changes, drop Python 3.9, testing out various html2pdf4doc corner cases&lt;/div&gt;" style="text;html=1;strokeColor=#82b366;fillColor=#d5e8d4;align=center;verticalAlign=middle;whiteSpace=wrap;rounded=0;fontStyle=0;fontSize=16;" parent="5Hoejhb2v4ojji3GJ6aL-5" vertex="1">
          <mxGeometry x="730" y="1440" width="460" height="70" as="geometry" />
        </mxCell>
        <mxCell id="UIBK7DAsS_p9NtYpbiHR-5" value="&lt;div&gt;Python API example&lt;/div&gt;" style="text;html=1;align=center;verticalAlign=middle;whiteSpace=wrap;rounded=0;fontStyle=0;fontSize=16;fillColor=#d5e8d4;strokeColor=#82b366;" parent="5Hoejhb2v4ojji3GJ6aL-5" vertex="1">
          <mxGeometry x="730" y="1260" width="60" height="70" as="geometry" />
        </mxCell>
        <mxCell id="QXMQ5QSOgz17hu6IqZ7S-1" value="&lt;div&gt;Project Config&lt;/div&gt;&lt;div&gt;re-design&lt;/div&gt;" style="text;html=1;align=center;verticalAlign=middle;whiteSpace=wrap;rounded=0;fontStyle=0;fontSize=16;fillColor=#d5e8d4;strokeColor=#82b366;" parent="5Hoejhb2v4ojji3GJ6aL-5" vertex="1">
          <mxGeometry x="790" y="1260" width="60" height="70" as="geometry" />
        </mxCell>
        <mxCell id="RSrML0RW6xnv4YvW7EgN-1" value="&lt;div&gt;Make FastAPI routes ready for concurrent use by multiple users&lt;/div&gt;" style="text;html=1;align=center;verticalAlign=middle;whiteSpace=wrap;rounded=0;fontStyle=0;fontSize=16;fillColor=#d5e8d4;strokeColor=#82b366;" parent="5Hoejhb2v4ojji3GJ6aL-5" vertex="1">
          <mxGeometry x="830" y="900" width="360" height="70" as="geometry" />
        </mxCell>
        <mxCell id="i9ebHU4jXC01XqZ85zlA-1" value="&lt;div&gt;Initial Markdown support&lt;/div&gt;" style="text;html=1;align=center;verticalAlign=middle;whiteSpace=wrap;rounded=0;fontStyle=0;fontSize=16;fillColor=#d5e8d4;strokeColor=#82b366;" parent="5Hoejhb2v4ojji3GJ6aL-5" vertex="1">
          <mxGeometry x="1010" y="1080" width="120" height="70" as="geometry" />
        </mxCell>
        <mxCell id="9iJkdfeWUvHY5kI_EfWC-1" value="&lt;div&gt;Static HTML search on server&lt;/div&gt;" style="text;html=1;align=center;verticalAlign=middle;whiteSpace=wrap;rounded=0;fontStyle=0;fontSize=16;fillColor=#d5e8d4;strokeColor=#82b366;" parent="5Hoejhb2v4ojji3GJ6aL-5" vertex="1">
          <mxGeometry x="920" y="1170" width="210" height="70" as="geometry" />
        </mxCell>
        <mxCell id="3zg7_a4Cr1-tkNY---Zh-1" value="&lt;div&gt;HTML2PDF cross-document links&lt;/div&gt;" style="text;html=1;align=center;verticalAlign=middle;whiteSpace=wrap;rounded=0;fontStyle=0;fontSize=16;fillColor=#d5e8d4;strokeColor=#82b366;" parent="5Hoejhb2v4ojji3GJ6aL-5" vertex="1">
          <mxGeometry x="1070" y="990" width="80" height="70" as="geometry" />
        </mxCell>
        <mxCell id="3zg7_a4Cr1-tkNY---Zh-2" value="&lt;div&gt;Markdown — Relations syntax improvements&lt;/div&gt;" style="text;html=1;align=center;verticalAlign=middle;whiteSpace=wrap;rounded=0;fontStyle=0;fontSize=16;fillColor=#fff2cc;strokeColor=#d6b656;" parent="5Hoejhb2v4ojji3GJ6aL-5" vertex="1">
-           <mxGeometry x="1210" y="1080" width="200" height="70" as="geometry" />
+           <mxGeometry x="1210" y="1080" width="390" height="70" as="geometry" />
        </mxCell>
        <mxCell id="NG1bawOdFmVwRv8Im0xz-1" value="&lt;div&gt;Stabilization 2026 Q2&lt;/div&gt;" style="text;html=1;strokeColor=#d6b656;fillColor=#fff2cc;align=center;verticalAlign=middle;whiteSpace=wrap;rounded=0;fontStyle=0;fontSize=16;" parent="5Hoejhb2v4ojji3GJ6aL-5" vertex="1">
          <mxGeometry x="1210" y="1440" width="460" height="70" as="geometry" />
        </mxCell>
        <mxCell id="NG1bawOdFmVwRv8Im0xz-2" value="&lt;div&gt;Drag-and-drop image upload&lt;/div&gt;" style="text;html=1;align=center;verticalAlign=middle;whiteSpace=wrap;rounded=0;fontStyle=0;fontSize=16;fillColor=#fff2cc;strokeColor=#d6b656;" parent="5Hoejhb2v4ojji3GJ6aL-5" vertex="1">
-           <mxGeometry x="1130" y="1260" width="200" height="70" as="geometry" />
+           <mxGeometry x="1130" y="1260" width="380" height="70" as="geometry" />
+         </mxCell>
+         <mxCell id="RImopIBfapGW27McXgfb-1" value="&lt;div&gt;Single- vs multiline field issues&lt;/div&gt;" style="text;html=1;align=center;verticalAlign=middle;whiteSpace=wrap;rounded=0;fontStyle=0;fontSize=16;fillColor=#d5e8d4;strokeColor=#82b366;" vertex="1" parent="5Hoejhb2v4ojji3GJ6aL-5">
+           <mxGeometry x="1360" y="990" width="80" height="70" as="geometry" />
+         </mxCell>
+         <mxCell id="RImopIBfapGW27McXgfb-2" value="&lt;div&gt;Tree Map screen improvements&lt;/div&gt;" style="text;html=1;align=center;verticalAlign=middle;whiteSpace=wrap;rounded=0;fontStyle=0;fontSize=16;fillColor=#d5e8d4;strokeColor=#82b366;" vertex="1" parent="5Hoejhb2v4ojji3GJ6aL-5">
+           <mxGeometry x="1280" y="900" width="80" height="70" as="geometry" />
+         </mxCell>
+         <mxCell id="RImopIBfapGW27McXgfb-3" value="&lt;div&gt;WHAT-WHY-HOW tutorial&lt;/div&gt;" style="text;html=1;align=center;verticalAlign=middle;whiteSpace=wrap;rounded=0;fontStyle=0;fontSize=16;fillColor=#d5e8d4;strokeColor=#82b366;" vertex="1" parent="5Hoejhb2v4ojji3GJ6aL-5">
+           <mxGeometry x="960" y="1350" width="400" height="70" as="geometry" />
+         </mxCell>
+         <mxCell id="RImopIBfapGW27McXgfb-4" value="&lt;div&gt;C reader: recognize selected C macros&lt;/div&gt;" style="text;html=1;align=center;verticalAlign=middle;whiteSpace=wrap;rounded=0;fontStyle=0;fontSize=16;fillColor=#d5e8d4;strokeColor=#82b366;" vertex="1" parent="5Hoejhb2v4ojji3GJ6aL-5">
+           <mxGeometry x="1360" y="1170" width="80" height="70" as="geometry" />
        </mxCell>
      </root>
    </mxGraphModel>
  </diagram>
</mxfile>
